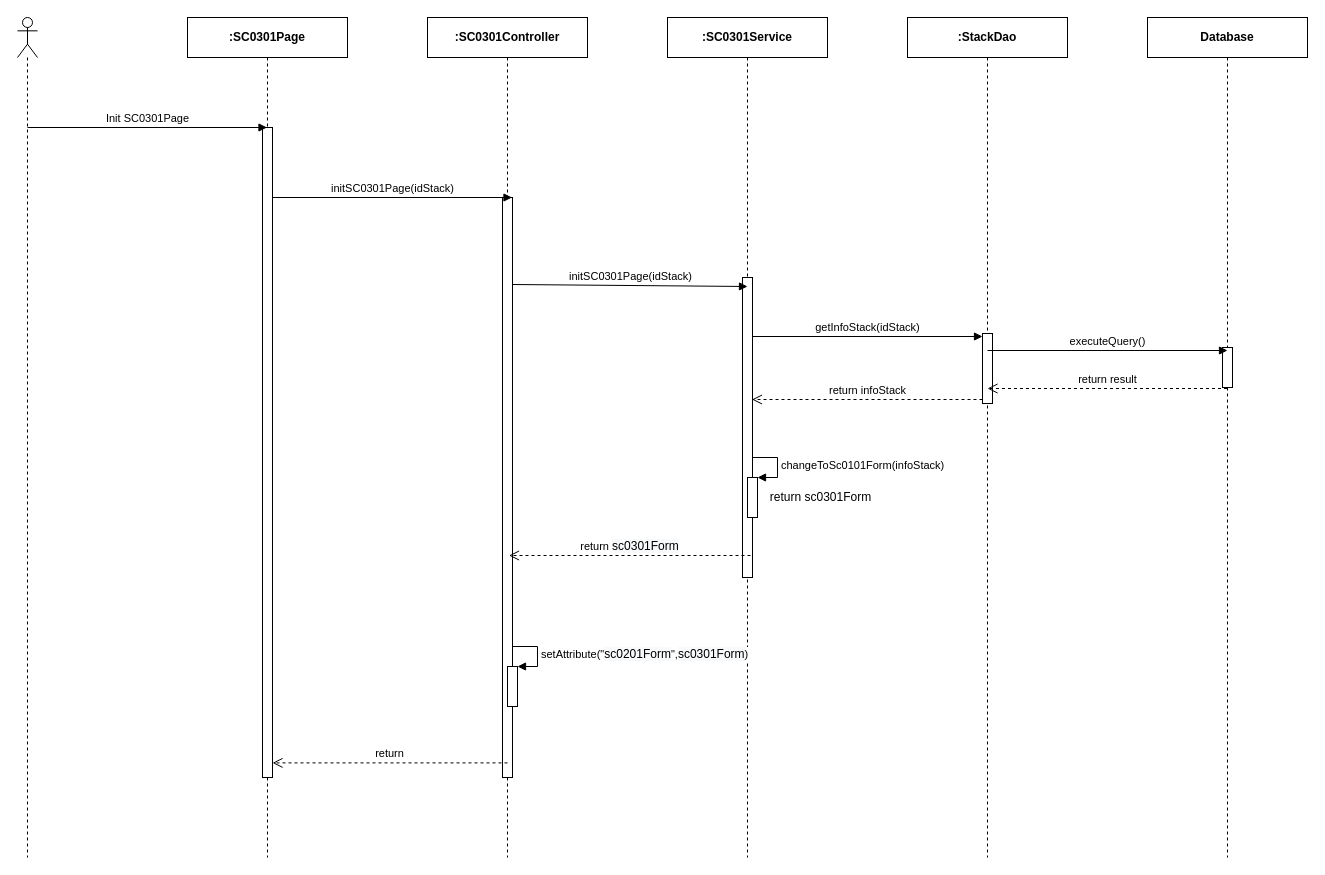
Earlier version of the draw.io diagram page "Ev01" (1 of 10) of 1. Review/SEQ Diagram/sc03/SC0301_StackDetail.drawio (luannmdev/CapstoneDocument). Source tidied: cells renumbered, new cells numbered last; positions are measured from the earlier drawing's top-left corner, leaving out a move shared by most shapes. Both pictures are drawn from the tidied source at 100%, with x=0, y=0 at pixel (17, 17).
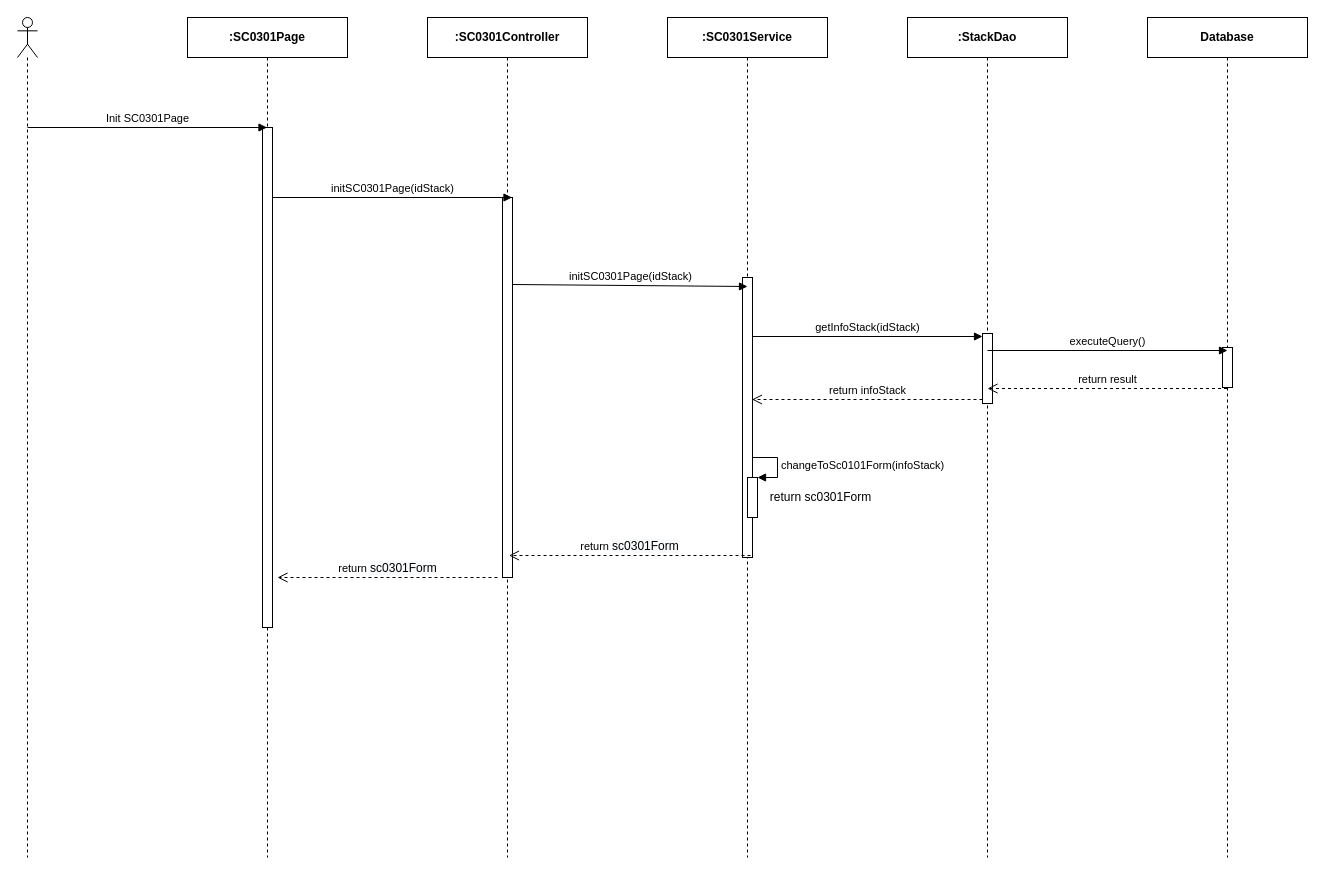
After the change.

Unchanged cells that the change refers to:
```xml
<mxCell id="3" value="&lt;b&gt;:SC0301Page&lt;/b&gt;" style="shape=umlLifeline;perimeter=lifelinePerimeter;whiteSpace=wrap;html=1;outlineConnect=0;" parent="1" vertex="1">
  <mxGeometry x="170" width="160" height="840" as="geometry" />
</mxCell>
<mxCell id="9" value="&lt;b&gt;:&lt;/b&gt;&lt;b&gt;SC0301&lt;/b&gt;&lt;b&gt;Service&lt;/b&gt;" style="shape=umlLifeline;perimeter=lifelinePerimeter;whiteSpace=wrap;html=1;" parent="1" vertex="1">
  <mxGeometry x="650" width="160" height="840" as="geometry" />
</mxCell>
<mxCell id="11" value="&lt;b&gt;:SC0301Controller&lt;/b&gt;" style="shape=umlLifeline;perimeter=lifelinePerimeter;whiteSpace=wrap;html=1;" parent="1" vertex="1">
  <mxGeometry x="410" width="160" height="840" as="geometry" />
</mxCell>
```

Change to the diagram source:
```diff
@@
     <mxCell id="4" style="html=1;perimeter=orthogonalPerimeter;" parent="3" vertex="1">
-      <mxGeometry x="75" y="110" width="10" height="650" as="geometry" />
+      <mxGeometry x="75" y="110" width="10" height="500" as="geometry" />
     </mxCell>
@@
     <mxCell id="10" style="html=1;perimeter=orthogonalPerimeter;" parent="9" vertex="1">
-      <mxGeometry x="75" y="260" width="10" height="300" as="geometry" />
+      <mxGeometry x="75" y="260" width="10" height="280" as="geometry" />
     </mxCell>
@@
     <mxCell id="12" style="html=1;perimeter=orthogonalPerimeter;" parent="11" vertex="1">
-      <mxGeometry x="75" y="180" width="10" height="580" as="geometry" />
+      <mxGeometry x="75" y="180" width="10" height="380" as="geometry" />
     </mxCell>
-    <mxCell id="13" style="html=1;points=[];perimeter=orthogonalPerimeter;" parent="11" vertex="1">
-      <mxGeometry x="80" y="649" width="10" height="40" as="geometry" />
-    </mxCell>
-    <mxCell id="14" value="setAttribute(&quot;&lt;span style=&quot;font-size: 12px ; text-align: center ; background-color: rgb(248 , 249 , 250)&quot;&gt;sc0201Form&lt;/span&gt;&quot;,&lt;span style=&quot;font-size: 12px ; text-align: center ; background-color: rgb(248 , 249 , 250)&quot;&gt;sc0301Form&lt;/span&gt;)" style="edgeStyle=orthogonalEdgeStyle;html=1;align=left;spacingLeft=2;endArrow=block;rounded=0;entryX=1;entryY=0;" parent="11" edge="1" target="13">
-      <mxGeometry relative="1" as="geometry">
-        <mxPoint x="85" y="629" as="sourcePoint" />
-        <Array as="points">
-          <mxPoint x="110" y="629" />
-        </Array>
-      </mxGeometry>
-    </mxCell>
@@
-    <mxCell id="19" value="return" style="html=1;verticalAlign=bottom;endArrow=open;dashed=1;endSize=8;" parent="1" edge="1">
-      <mxGeometry relative="1" as="geometry">
-        <mxPoint x="490" y="745.4" as="sourcePoint" />
-        <mxPoint x="255" y="745.4" as="targetPoint" />
-      </mxGeometry>
-    </mxCell>
@@
+    <mxCell id="27" value="return&amp;nbsp;&lt;span style=&quot;font-size: 12px ; background-color: rgb(248 , 249 , 250)&quot;&gt;sc0301Form&lt;/span&gt;" style="html=1;verticalAlign=bottom;endArrow=open;dashed=1;endSize=8;" parent="1" edge="1">
+      <mxGeometry relative="1" as="geometry">
+        <mxPoint x="480" y="560" as="sourcePoint" />
+        <mxPoint x="260" y="560" as="targetPoint" />
+      </mxGeometry>
+    </mxCell>
```
